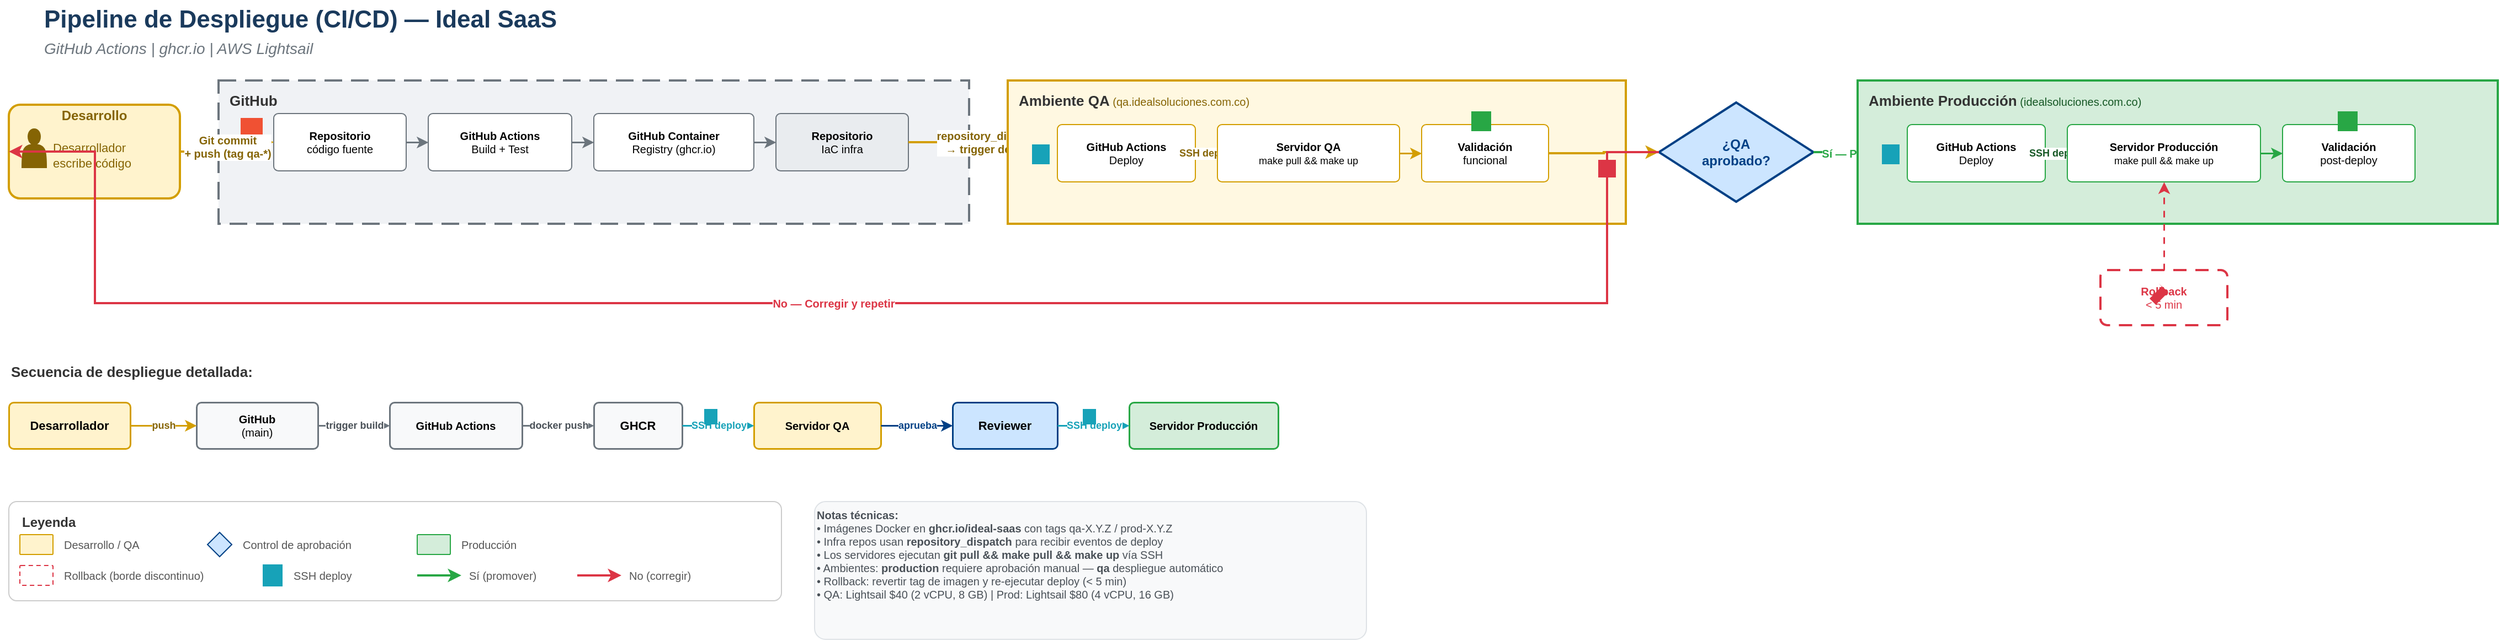
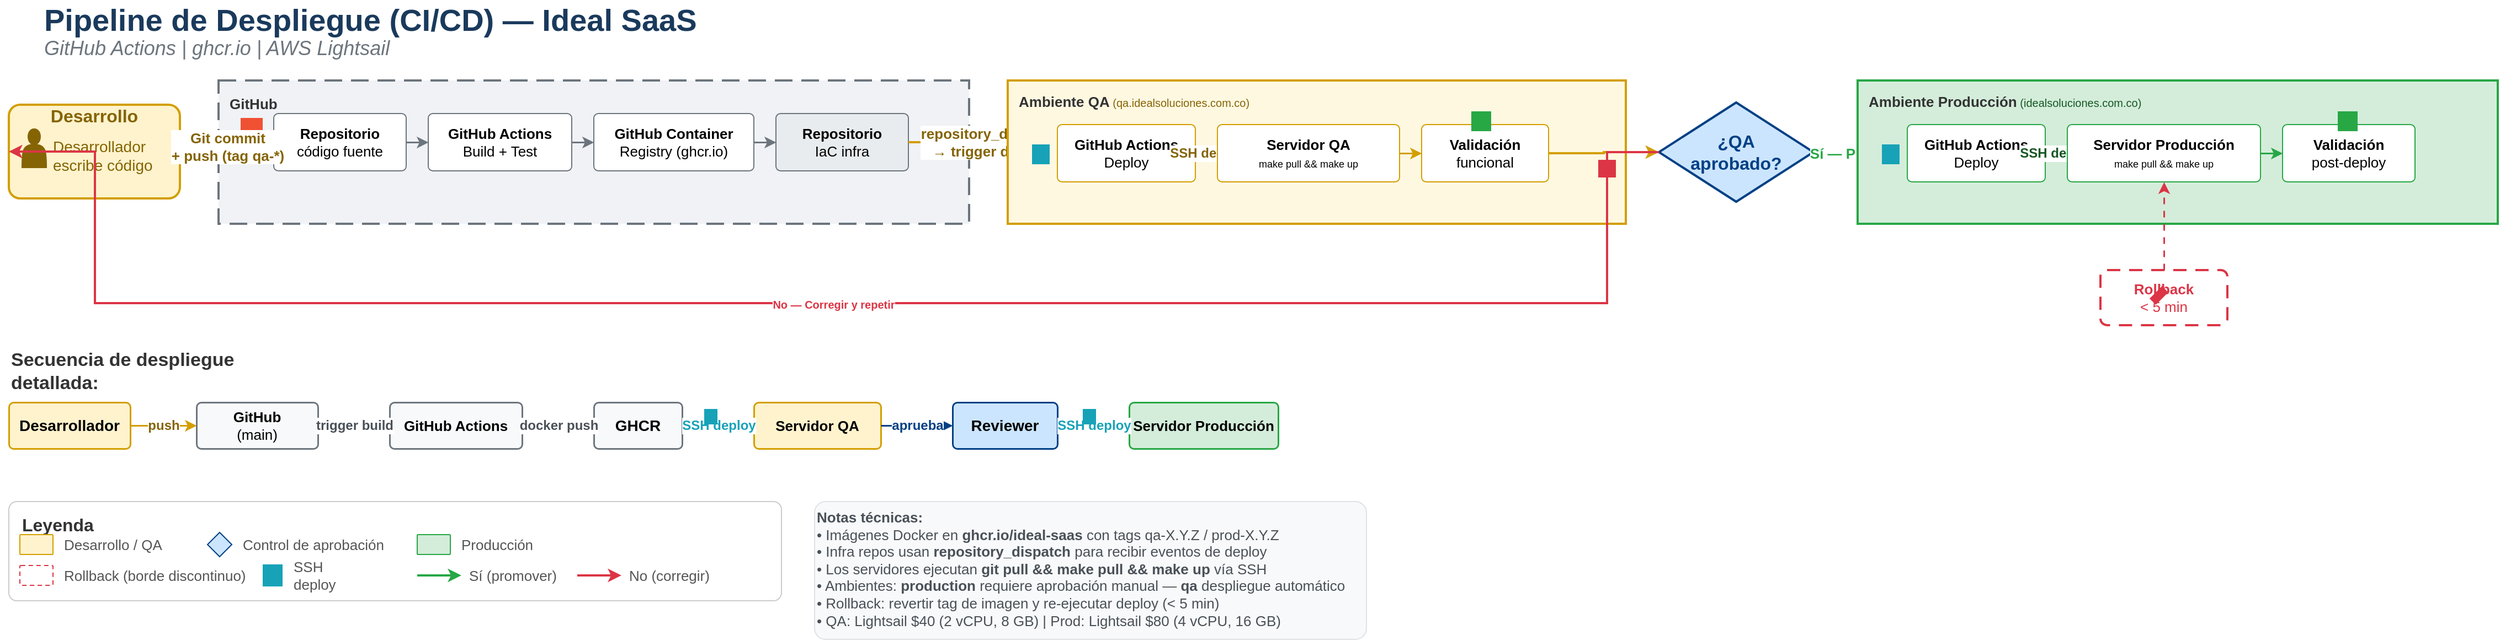
<mxfile host="app.diagrams.net" modified="2026-06-20T00:00:00.000Z" agent="drawio" version="30.2.4">
  <diagram name="Pipeline CI/CD - Ideal SaaS" id="cicd-pipeline">
-     <mxGraphModel dx="2400" dy="1400" grid="1" gridSize="10" guides="1" tooltips="1" connect="1" arrows="1" fold="1" page="1" pageScale="1" pageWidth="2400" pageHeight="1400" math="0" shadow="0">
+     <mxGraphModel dx="2400" dy="1400" grid="1" gridSize="10" guides="1" tooltips="1" connect="1" arrows="1" fold="1" page="1" pageScale="1" pageWidth="3120" pageHeight="1820" math="0" shadow="0">
      <root>
        <mxCell id="0" />
        <mxCell id="1" parent="0" />

        <!-- ============================================================ -->
        <!-- TITLES                                                       -->
        <!-- ============================================================ -->
-         <mxCell id="title" value="Pipeline de Despliegue (CI/CD) — Ideal SaaS" style="text;html=1;strokeColor=none;fillColor=none;align=left;verticalAlign=middle;whiteSpace=wrap;rounded=0;fontSize=22;fontStyle=1;fontColor=#1a3a5c;" vertex="1" parent="1">
+         <mxCell id="title" value="Pipeline de Despliegue (CI/CD) — Ideal SaaS" style="text;html=1;strokeColor=none;fillColor=none;align=left;verticalAlign=middle;whiteSpace=wrap;rounded=0;fontSize=28;fontStyle=1;fontColor=#1a3a5c;" vertex="1" parent="1">
          <mxGeometry x="60" y="15" width="700" height="35" as="geometry" />
        </mxCell>
-         <mxCell id="subtitle" value="GitHub Actions  |  ghcr.io  |  AWS Lightsail" style="text;html=1;strokeColor=none;fillColor=none;align=left;verticalAlign=middle;whiteSpace=wrap;rounded=0;fontSize=14;fontStyle=2;fontColor=#6c757d;" vertex="1" parent="1">
+         <mxCell id="subtitle" value="GitHub Actions  |  ghcr.io  |  AWS Lightsail" style="text;html=1;strokeColor=none;fillColor=none;align=left;verticalAlign=middle;whiteSpace=wrap;rounded=0;fontSize=18;fontStyle=2;fontColor=#6c757d;" vertex="1" parent="1">
          <mxGeometry x="60" y="48" width="500" height="22" as="geometry" />
        </mxCell>

        <!-- ============================================================ -->
        <!-- STAGE 1: DESARROLLO                                          -->
        <!-- ============================================================ -->
        <mxCell id="dev" value="" style="rounded=1;whiteSpace=wrap;html=1;fillColor=#fff3cd;strokeColor=#d39e00;strokeWidth=2;arcSize=12;" vertex="1" parent="1">
          <mxGeometry x="30" y="110" width="155" height="85" as="geometry" />
        </mxCell>
-         <mxCell id="dev_label" value="&lt;b&gt;Desarrollo&lt;/b&gt;" style="text;html=1;strokeColor=none;fillColor=none;align=center;verticalAlign=middle;whiteSpace=wrap;rounded=0;fontSize=12;fontColor=#856404;" vertex="1" parent="1">
+         <mxCell id="dev_label" value="&lt;b&gt;Desarrollo&lt;/b&gt;" style="text;html=1;strokeColor=none;fillColor=none;align=center;verticalAlign=middle;whiteSpace=wrap;rounded=0;fontSize=16;fontColor=#856404;" vertex="1" parent="1">
          <mxGeometry x="30" y="110" width="155" height="20" as="geometry" />
        </mxCell>
        <!-- Person icon inside dev -->
        <mxCell id="dev_icon" value="" style="shape=actor;whiteSpace=wrap;html=1;fillColor=#856404;strokeColor=#856404;" vertex="1" parent="1">
          <mxGeometry x="42" y="132" width="22" height="35" as="geometry" />
        </mxCell>
-         <mxCell id="dev_text" value="Desarrollador&lt;br&gt;escribe código" style="text;html=1;strokeColor=none;fillColor=none;align=left;verticalAlign=middle;whiteSpace=wrap;rounded=0;fontSize=11;fontColor=#856404;" vertex="1" parent="1">
+         <mxCell id="dev_text" value="Desarrollador&lt;br&gt;escribe código" style="text;html=1;strokeColor=none;fillColor=none;align=left;verticalAlign=middle;whiteSpace=wrap;rounded=0;fontSize=14;fontColor=#856404;" vertex="1" parent="1">
          <mxGeometry x="68" y="132" width="110" height="48" as="geometry" />
        </mxCell>

        <!-- ============================================================ -->
        <!-- STAGE 2: GITHUB CONTAINER                                    -->
        <!-- ============================================================ -->
        <mxCell id="github" value="" style="rounded=0;whiteSpace=wrap;html=1;fillColor=#f0f2f5;strokeColor=#6c757d;strokeWidth=2;dashed=1;dashPattern=8 4;dashPattern=8 4;verticalAlign=top;align=left;" vertex="1" parent="1">
          <mxGeometry x="220" y="88" width="680" height="130" as="geometry" />
        </mxCell>
-         <mxCell id="gh_label" value="&lt;b style=&quot;font-size:13px;&quot;&gt;GitHub&lt;/b&gt;" style="text;html=1;strokeColor=none;fillColor=none;align=left;verticalAlign=top;whiteSpace=wrap;rounded=0;fontSize=13;fontColor=#333333;" vertex="1" parent="1">
+         <mxCell id="gh_label" value="&lt;b style=&quot;font-size:13px;&quot;&gt;GitHub&lt;/b&gt;" style="text;html=1;strokeColor=none;fillColor=none;align=left;verticalAlign=top;whiteSpace=wrap;rounded=0;fontSize=17;fontColor=#333333;" vertex="1" parent="1">
          <mxGeometry x="228" y="92" width="80" height="22" as="geometry" />
        </mxCell>

        <!-- GitHub Git icon (branch icon) -->
        <mxCell id="git_icon" value="" style="shape=mxgraph.azure.git_repos;whiteSpace=wrap;html=1;fillColor=#f05133;strokeColor=none;flipH=0;flipV=0;" vertex="1" parent="1">
          <mxGeometry x="240" y="122" width="20" height="20" as="geometry" />
        </mxCell>
        <!-- repo: Repositorio código fuente -->
-         <mxCell id="repo" value="&lt;b&gt;Repositorio&lt;/b&gt;&lt;br&gt;código fuente" style="rounded=1;whiteSpace=wrap;html=1;fillColor=#ffffff;strokeColor=#6c757d;strokeWidth=1;fontSize=10;arcSize=8;" vertex="1" parent="1">
+         <mxCell id="repo" value="&lt;b&gt;Repositorio&lt;/b&gt;&lt;br&gt;código fuente" style="rounded=1;whiteSpace=wrap;html=1;fillColor=#ffffff;strokeColor=#6c757d;strokeWidth=1;fontSize=13;arcSize=8;" vertex="1" parent="1">
          <mxGeometry x="270" y="118" width="120" height="52" as="geometry" />
        </mxCell>

        <!-- Arrow repo -> gha -->
        <mxCell id="e_repo_gha" style="edgeStyle=orthogonalEdgeStyle;rounded=0;orthogonalLoop=1;jettySize=auto;html=1;strokeColor=#6c757d;strokeWidth=1.5;entryX=0;entryY=0.5;entryDx=0;entryDy=0;exitX=1;exitY=0.5;exitDx=0;exitDy=0;" edge="1" parent="1" source="repo" target="gha">
          <mxGeometry relative="1" as="geometry" />
        </mxCell>

        <!-- gha: GitHub Actions Build + Test -->
-         <mxCell id="gha" value="&lt;b&gt;GitHub Actions&lt;/b&gt;&lt;br&gt;Build + Test" style="rounded=1;whiteSpace=wrap;html=1;fillColor=#ffffff;strokeColor=#6c757d;strokeWidth=1;fontSize=10;arcSize=8;" vertex="1" parent="1">
+         <mxCell id="gha" value="&lt;b&gt;GitHub Actions&lt;/b&gt;&lt;br&gt;Build + Test" style="rounded=1;whiteSpace=wrap;html=1;fillColor=#ffffff;strokeColor=#6c757d;strokeWidth=1;fontSize=13;arcSize=8;" vertex="1" parent="1">
          <mxGeometry x="410" y="118" width="130" height="52" as="geometry" />
        </mxCell>

        <!-- Arrow gha -> ghcr -->
        <mxCell id="e_gha_ghcr" style="edgeStyle=orthogonalEdgeStyle;rounded=0;orthogonalLoop=1;jettySize=auto;html=1;strokeColor=#6c757d;strokeWidth=1.5;entryX=0;entryY=0.5;entryDx=0;entryDy=0;exitX=1;exitY=0.5;exitDx=0;exitDy=0;" edge="1" parent="1" source="gha" target="ghcr">
          <mxGeometry relative="1" as="geometry" />
        </mxCell>

        <!-- ghcr: GitHub Container Registry -->
-         <mxCell id="ghcr" value="&lt;b&gt;GitHub Container&lt;/b&gt;&lt;br&gt;Registry (ghcr.io)" style="rounded=1;whiteSpace=wrap;html=1;fillColor=#ffffff;strokeColor=#6c757d;strokeWidth=1;fontSize=10;arcSize=8;" vertex="1" parent="1">
+         <mxCell id="ghcr" value="&lt;b&gt;GitHub Container&lt;/b&gt;&lt;br&gt;Registry (ghcr.io)" style="rounded=1;whiteSpace=wrap;html=1;fillColor=#ffffff;strokeColor=#6c757d;strokeWidth=1;fontSize=13;arcSize=8;" vertex="1" parent="1">
          <mxGeometry x="560" y="118" width="145" height="52" as="geometry" />
        </mxCell>

        <!-- Arrow ghcr -> iac -->
        <mxCell id="e_ghcr_iac" style="edgeStyle=orthogonalEdgeStyle;rounded=0;orthogonalLoop=1;jettySize=auto;html=1;strokeColor=#6c757d;strokeWidth=1.5;entryX=0;entryY=0.5;entryDx=0;entryDy=0;exitX=1;exitY=0.5;exitDx=0;exitDy=0;" edge="1" parent="1" source="ghcr" target="iac">
          <mxGeometry relative="1" as="geometry" />
        </mxCell>

        <!-- iac: Repositorio IaC infra -->
-         <mxCell id="iac" value="&lt;b&gt;Repositorio&lt;/b&gt;&lt;br&gt;IaC infra" style="rounded=1;whiteSpace=wrap;html=1;fillColor=#e9ecef;strokeColor=#6c757d;strokeWidth=1;fontSize=10;arcSize=8;" vertex="1" parent="1">
+         <mxCell id="iac" value="&lt;b&gt;Repositorio&lt;/b&gt;&lt;br&gt;IaC infra" style="rounded=1;whiteSpace=wrap;html=1;fillColor=#e9ecef;strokeColor=#6c757d;strokeWidth=1;fontSize=13;arcSize=8;" vertex="1" parent="1">
          <mxGeometry x="725" y="118" width="120" height="52" as="geometry" />
        </mxCell>

        <!-- ============================================================ -->
        <!-- ARROW: dev -> github container (first element repo)            -->
        <!-- ============================================================ -->
-         <mxCell id="e_dev_gh" value="&lt;b&gt;Git commit&lt;br&gt;+ push (tag qa-*)&lt;/b&gt;" style="edgeStyle=orthogonalEdgeStyle;rounded=0;orthogonalLoop=1;jettySize=auto;html=1;strokeColor=#d39e00;strokeWidth=2;entryX=0;entryY=0.5;entryDx=0;entryDy=0;exitX=1;exitY=0.5;exitDx=0;exitDy=0;fontSize=10;fontColor=#856404;" edge="1" parent="1" source="dev" target="repo">
+         <mxCell id="e_dev_gh" value="&lt;b&gt;Git commit&lt;br&gt;+ push (tag qa-*)&lt;/b&gt;" style="edgeStyle=orthogonalEdgeStyle;rounded=0;orthogonalLoop=1;jettySize=auto;html=1;strokeColor=#d39e00;strokeWidth=2;entryX=0;entryY=0.5;entryDx=0;entryDy=0;exitX=1;exitY=0.5;exitDx=0;exitDy=0;fontSize=13;fontColor=#856404;" edge="1" parent="1" source="dev" target="repo">
          <mxGeometry relative="1" as="geometry" />
        </mxCell>

        <!-- ============================================================ -->
        <!-- ARROW: github container -> QA (connect iac to qa_deploy)     -->
        <!-- ============================================================ -->
-         <mxCell id="e_gh_qa" value="&lt;b&gt;repository_dispatch&lt;br&gt;→ trigger deploy&lt;/b&gt;" style="edgeStyle=orthogonalEdgeStyle;rounded=0;orthogonalLoop=1;jettySize=auto;html=1;strokeColor=#d39e00;strokeWidth=2;entryX=0;entryY=0.5;entryDx=0;entryDy=0;exitX=1;exitY=0.5;exitDx=0;exitDy=0;fontSize=10;fontColor=#856404;" edge="1" parent="1" source="iac" target="qa_deploy">
+         <mxCell id="e_gh_qa" value="&lt;b&gt;repository_dispatch&lt;br&gt;→ trigger deploy&lt;/b&gt;" style="edgeStyle=orthogonalEdgeStyle;rounded=0;orthogonalLoop=1;jettySize=auto;html=1;strokeColor=#d39e00;strokeWidth=2;entryX=0;entryY=0.5;entryDx=0;entryDy=0;exitX=1;exitY=0.5;exitDx=0;exitDy=0;fontSize=13;fontColor=#856404;" edge="1" parent="1" source="iac" target="qa_deploy">
          <mxGeometry relative="1" as="geometry">
            <Array as="points">
              <mxPoint x="905" y="144" />
              <mxPoint x="905" y="144" />
            </Array>
          </mxGeometry>
        </mxCell>

        <!-- ============================================================ -->
        <!-- STAGE 3: QA                                                   -->
        <!-- ============================================================ -->
        <mxCell id="qa" value="" style="rounded=0;whiteSpace=wrap;html=1;fillColor=#fff8e1;strokeColor=#d39e00;strokeWidth=2;verticalAlign=top;align=left;" vertex="1" parent="1">
          <mxGeometry x="935" y="88" width="560" height="130" as="geometry" />
        </mxCell>
-         <mxCell id="qa_label" value="&lt;b style=&quot;font-size:13px;&quot;&gt;Ambiente QA&lt;/b&gt;&lt;span style=&quot;font-size:10px;color:#856404;&quot;&gt;  (qa.idealsoluciones.com.co)&lt;/span&gt;" style="text;html=1;strokeColor=none;fillColor=none;align=left;verticalAlign=top;whiteSpace=wrap;rounded=0;fontSize=11;fontColor=#333333;" vertex="1" parent="1">
+         <mxCell id="qa_label" value="&lt;b style=&quot;font-size:13px;&quot;&gt;Ambiente QA&lt;/b&gt;&lt;span style=&quot;font-size:10px;color:#856404;&quot;&gt;  (qa.idealsoluciones.com.co)&lt;/span&gt;" style="text;html=1;strokeColor=none;fillColor=none;align=left;verticalAlign=top;whiteSpace=wrap;rounded=0;fontSize=14;fontColor=#333333;" vertex="1" parent="1">
          <mxGeometry x="943" y="92" width="270" height="22" as="geometry" />
        </mxCell>

        <!-- SSH key icon near QA deploy -->
-         <mxCell id="ssh_qa" value="" style="shape=mxgraph.aws4.security_identity_compliance.key;whiteSpace=wrap;html=1;fillColor=#17a2b8;strokeColor=none;fontSize=8;gradientColor=none;" vertex="1" parent="1">
+         <mxCell id="ssh_qa" value="" style="shape=mxgraph.aws4.security_identity_compliance.key;whiteSpace=wrap;html=1;fillColor=#17a2b8;strokeColor=none;fontSize=11;gradientColor=none;" vertex="1" parent="1">
          <mxGeometry x="957" y="146" width="16" height="18" as="geometry" />
        </mxCell>

        <!-- qa_deploy: GitHub Actions Deploy -->
-         <mxCell id="qa_deploy" value="&lt;b&gt;GitHub Actions&lt;/b&gt;&lt;br&gt;Deploy" style="rounded=1;whiteSpace=wrap;html=1;fillColor=#ffffff;strokeColor=#d39e00;strokeWidth=1;fontSize=10;arcSize=8;" vertex="1" parent="1">
+         <mxCell id="qa_deploy" value="&lt;b&gt;GitHub Actions&lt;/b&gt;&lt;br&gt;Deploy" style="rounded=1;whiteSpace=wrap;html=1;fillColor=#ffffff;strokeColor=#d39e00;strokeWidth=1;fontSize=13;arcSize=8;" vertex="1" parent="1">
          <mxGeometry x="980" y="128" width="125" height="52" as="geometry" />
        </mxCell>

        <!-- Arrow qa_deploy -> qa_server -->
-         <mxCell id="e_qad_qas" value="&lt;b&gt;SSH deploy&lt;/b&gt;" style="edgeStyle=orthogonalEdgeStyle;rounded=0;orthogonalLoop=1;jettySize=auto;html=1;strokeColor=#d39e00;strokeWidth=1.5;entryX=0;entryY=0.5;entryDx=0;entryDy=0;exitX=1;exitY=0.5;exitDx=0;exitDy=0;fontSize=9;fontColor=#856404;" edge="1" parent="1" source="qa_deploy" target="qa_server">
+         <mxCell id="e_qad_qas" value="&lt;b&gt;SSH deploy&lt;/b&gt;" style="edgeStyle=orthogonalEdgeStyle;rounded=0;orthogonalLoop=1;jettySize=auto;html=1;strokeColor=#d39e00;strokeWidth=1.5;entryX=0;entryY=0.5;entryDx=0;entryDy=0;exitX=1;exitY=0.5;exitDx=0;exitDy=0;fontSize=12;fontColor=#856404;" edge="1" parent="1" source="qa_deploy" target="qa_server">
          <mxGeometry relative="1" as="geometry" />
        </mxCell>

        <!-- qa_server: Servidor QA -->
-         <mxCell id="qa_server" value="&lt;b&gt;Servidor QA&lt;/b&gt;&lt;br&gt;&lt;font style=&quot;font-size:9px;&quot;&gt;make pull &amp;&amp; make up&lt;/font&gt;" style="rounded=1;whiteSpace=wrap;html=1;fillColor=#ffffff;strokeColor=#d39e00;strokeWidth=1;fontSize=10;arcSize=8;" vertex="1" parent="1">
+         <mxCell id="qa_server" value="&lt;b&gt;Servidor QA&lt;/b&gt;&lt;br&gt;&lt;font style=&quot;font-size:9px;&quot;&gt;make pull &amp;&amp; make up&lt;/font&gt;" style="rounded=1;whiteSpace=wrap;html=1;fillColor=#ffffff;strokeColor=#d39e00;strokeWidth=1;fontSize=13;arcSize=8;" vertex="1" parent="1">
          <mxGeometry x="1125" y="128" width="165" height="52" as="geometry" />
        </mxCell>

        <!-- Arrow qa_server -> qa_val -->
        <mxCell id="e_qas_qav" value="" style="edgeStyle=orthogonalEdgeStyle;rounded=0;orthogonalLoop=1;jettySize=auto;html=1;strokeColor=#d39e00;strokeWidth=1.5;entryX=0;entryY=0.5;entryDx=0;entryDy=0;exitX=1;exitY=0.5;exitDx=0;exitDy=0;" edge="1" parent="1" source="qa_server" target="qa_val">
          <mxGeometry relative="1" as="geometry" />
        </mxCell>

        <!-- qa_val: Validación funcional -->
-         <mxCell id="qa_val" value="&lt;b&gt;Validación&lt;/b&gt;&lt;br&gt;funcional" style="rounded=1;whiteSpace=wrap;html=1;fillColor=#ffffff;strokeColor=#d39e00;strokeWidth=1;fontSize=10;arcSize=8;" vertex="1" parent="1">
+         <mxCell id="qa_val" value="&lt;b&gt;Validación&lt;/b&gt;&lt;br&gt;funcional" style="rounded=1;whiteSpace=wrap;html=1;fillColor=#ffffff;strokeColor=#d39e00;strokeWidth=1;fontSize=13;arcSize=8;" vertex="1" parent="1">
          <mxGeometry x="1310" y="128" width="115" height="52" as="geometry" />
        </mxCell>

        <!-- Checkmark icon on qa_val -->
-         <mxCell id="qa_check" value="" style="shape=mxgraph.flowchart.check;whiteSpace=wrap;html=1;fillColor=#28a745;strokeColor=none;fontSize=8;" vertex="1" parent="1">
+         <mxCell id="qa_check" value="" style="shape=mxgraph.flowchart.check;whiteSpace=wrap;html=1;fillColor=#28a745;strokeColor=none;fontSize=11;" vertex="1" parent="1">
          <mxGeometry x="1355" y="116" width="18" height="18" as="geometry" />
        </mxCell>

        <!-- ============================================================ -->
        <!-- ARROW: qa -> approval diamond                                 -->
        <!-- ============================================================ -->
        <mxCell id="e_qa_app" value="" style="edgeStyle=orthogonalEdgeStyle;rounded=0;orthogonalLoop=1;jettySize=auto;html=1;strokeColor=#d39e00;strokeWidth=2;entryX=0;entryY=0.5;entryDx=0;entryDy=0;exitX=1;exitY=0.5;exitDx=0;exitDy=0;" edge="1" parent="1" source="qa_val" target="approval">
          <mxGeometry relative="1" as="geometry" />
        </mxCell>

        <!-- ============================================================ -->
        <!-- STAGE 4: APPROVAL DIAMOND                                     -->
        <!-- ============================================================ -->
-         <mxCell id="approval" value="&lt;b&gt;¿QA&lt;br&gt;aprobado?&lt;/b&gt;" style="rhombus;whiteSpace=wrap;html=1;fillColor=#cce5ff;strokeColor=#004085;strokeWidth=2;fontSize=12;fontColor=#004085;align=center;" vertex="1" parent="1">
+         <mxCell id="approval" value="&lt;b&gt;¿QA&lt;br&gt;aprobado?&lt;/b&gt;" style="rhombus;whiteSpace=wrap;html=1;fillColor=#cce5ff;strokeColor=#004085;strokeWidth=2;fontSize=16;fontColor=#004085;align=center;" vertex="1" parent="1">
          <mxGeometry x="1525" y="108" width="140" height="90" as="geometry" />
        </mxCell>

        <!-- ============================================================ -->
        <!-- YES ARROW: approval -> prod                                   -->
        <!-- ============================================================ -->
-         <mxCell id="e_app_prod" value="&lt;b&gt;Sí — Promover&lt;/b&gt;" style="edgeStyle=orthogonalEdgeStyle;rounded=0;orthogonalLoop=1;jettySize=auto;html=1;strokeColor=#28a745;strokeWidth=2;entryX=0;entryY=0.5;entryDx=0;entryDy=0;exitX=1;exitY=0.5;exitDx=0;exitDy=0;fontSize=10;fontColor=#28a745;" edge="1" parent="1" source="approval" target="prod_deploy">
+         <mxCell id="e_app_prod" value="&lt;b&gt;Sí — Promover&lt;/b&gt;" style="edgeStyle=orthogonalEdgeStyle;rounded=0;orthogonalLoop=1;jettySize=auto;html=1;strokeColor=#28a745;strokeWidth=2;entryX=0;entryY=0.5;entryDx=0;entryDy=0;exitX=1;exitY=0.5;exitDx=0;exitDy=0;fontSize=13;fontColor=#28a745;" edge="1" parent="1" source="approval" target="prod_deploy">
          <mxGeometry relative="1" as="geometry" />
        </mxCell>

        <!-- ============================================================ -->
        <!-- NO ARROW: approval -> back to dev (loop)                      -->
        <!-- ============================================================ -->
-         <mxCell id="e_app_dev" value="&lt;b style=&quot;font-size:10px;&quot;&gt;No — Corregir y repetir&lt;/b&gt;" style="edgeStyle=orthogonalEdgeStyle;rounded=0;orthogonalLoop=1;jettySize=auto;html=1;strokeColor=#dc3545;strokeWidth=2;entryX=0;entryY=0.5;entryDx=0;entryDy=0;exitX=0;exitY=0.5;exitDx=0;exitDy=0;fontSize=10;fontColor=#dc3545;" edge="1" parent="1" source="approval" target="dev">
+         <mxCell id="e_app_dev" value="&lt;b style=&quot;font-size:10px;&quot;&gt;No — Corregir y repetir&lt;/b&gt;" style="edgeStyle=orthogonalEdgeStyle;rounded=0;orthogonalLoop=1;jettySize=auto;html=1;strokeColor=#dc3545;strokeWidth=2;entryX=0;entryY=0.5;entryDx=0;entryDy=0;exitX=0;exitY=0.5;exitDx=0;exitDy=0;fontSize=13;fontColor=#dc3545;" edge="1" parent="1" source="approval" target="dev">
          <mxGeometry relative="1" as="geometry">
            <Array as="points">
              <mxPoint x="1478" y="153" />
              <mxPoint x="1478" y="290" />
              <mxPoint x="108" y="290" />
            </Array>
          </mxGeometry>
        </mxCell>
        <!-- Red X on NO path -->
-         <mxCell id="no_x" value="" style="shape=mxgraph.flowchart.x;whiteSpace=wrap;html=1;fillColor=#dc3545;strokeColor=none;fontSize=8;" vertex="1" parent="1">
+         <mxCell id="no_x" value="" style="shape=mxgraph.flowchart.x;whiteSpace=wrap;html=1;fillColor=#dc3545;strokeColor=none;fontSize=11;" vertex="1" parent="1">
          <mxGeometry x="1470" y="160" width="16" height="16" as="geometry" />
        </mxCell>

        <!-- ============================================================ -->
        <!-- STAGE 5: PRODUCCION                                           -->
        <!-- ============================================================ -->
        <mxCell id="prod" value="" style="rounded=0;whiteSpace=wrap;html=1;fillColor=#d4edda;strokeColor=#28a745;strokeWidth=2;verticalAlign=top;align=left;" vertex="1" parent="1">
          <mxGeometry x="1705" y="88" width="580" height="130" as="geometry" />
        </mxCell>
-         <mxCell id="prod_label" value="&lt;b style=&quot;font-size:13px;&quot;&gt;Ambiente Producción&lt;/b&gt;&lt;span style=&quot;font-size:10px;color:#155724;&quot;&gt;  (idealsoluciones.com.co)&lt;/span&gt;" style="text;html=1;strokeColor=none;fillColor=none;align=left;verticalAlign=top;whiteSpace=wrap;rounded=0;fontSize=11;fontColor=#333333;" vertex="1" parent="1">
+         <mxCell id="prod_label" value="&lt;b style=&quot;font-size:13px;&quot;&gt;Ambiente Producción&lt;/b&gt;&lt;span style=&quot;font-size:10px;color:#155724;&quot;&gt;  (idealsoluciones.com.co)&lt;/span&gt;" style="text;html=1;strokeColor=none;fillColor=none;align=left;verticalAlign=top;whiteSpace=wrap;rounded=0;fontSize=14;fontColor=#333333;" vertex="1" parent="1">
          <mxGeometry x="1713" y="92" width="300" height="22" as="geometry" />
        </mxCell>

        <!-- SSH key icon near Prod deploy -->
-         <mxCell id="ssh_prod" value="" style="shape=mxgraph.aws4.security_identity_compliance.key;whiteSpace=wrap;html=1;fillColor=#17a2b8;strokeColor=none;fontSize=8;gradientColor=none;" vertex="1" parent="1">
+         <mxCell id="ssh_prod" value="" style="shape=mxgraph.aws4.security_identity_compliance.key;whiteSpace=wrap;html=1;fillColor=#17a2b8;strokeColor=none;fontSize=11;gradientColor=none;" vertex="1" parent="1">
          <mxGeometry x="1727" y="146" width="16" height="18" as="geometry" />
        </mxCell>

        <!-- prod_deploy: GitHub Actions Deploy -->
-         <mxCell id="prod_deploy" value="&lt;b&gt;GitHub Actions&lt;/b&gt;&lt;br&gt;Deploy" style="rounded=1;whiteSpace=wrap;html=1;fillColor=#ffffff;strokeColor=#28a745;strokeWidth=1;fontSize=10;arcSize=8;" vertex="1" parent="1">
+         <mxCell id="prod_deploy" value="&lt;b&gt;GitHub Actions&lt;/b&gt;&lt;br&gt;Deploy" style="rounded=1;whiteSpace=wrap;html=1;fillColor=#ffffff;strokeColor=#28a745;strokeWidth=1;fontSize=13;arcSize=8;" vertex="1" parent="1">
          <mxGeometry x="1750" y="128" width="125" height="52" as="geometry" />
        </mxCell>

        <!-- Arrow prod_deploy -> prod_server -->
-         <mxCell id="e_prd_prs" value="&lt;b&gt;SSH deploy&lt;/b&gt;" style="edgeStyle=orthogonalEdgeStyle;rounded=0;orthogonalLoop=1;jettySize=auto;html=1;strokeColor=#28a745;strokeWidth=1.5;entryX=0;entryY=0.5;entryDx=0;entryDy=0;exitX=1;exitY=0.5;exitDx=0;exitDy=0;fontSize=9;fontColor=#155724;" edge="1" parent="1" source="prod_deploy" target="prod_server">
+         <mxCell id="e_prd_prs" value="&lt;b&gt;SSH deploy&lt;/b&gt;" style="edgeStyle=orthogonalEdgeStyle;rounded=0;orthogonalLoop=1;jettySize=auto;html=1;strokeColor=#28a745;strokeWidth=1.5;entryX=0;entryY=0.5;entryDx=0;entryDy=0;exitX=1;exitY=0.5;exitDx=0;exitDy=0;fontSize=12;fontColor=#155724;" edge="1" parent="1" source="prod_deploy" target="prod_server">
          <mxGeometry relative="1" as="geometry" />
        </mxCell>

        <!-- prod_server: Servidor Producción -->
-         <mxCell id="prod_server" value="&lt;b&gt;Servidor Producción&lt;/b&gt;&lt;br&gt;&lt;font style=&quot;font-size:9px;&quot;&gt;make pull &amp;&amp; make up&lt;/font&gt;" style="rounded=1;whiteSpace=wrap;html=1;fillColor=#ffffff;strokeColor=#28a745;strokeWidth=1;fontSize=10;arcSize=8;" vertex="1" parent="1">
+         <mxCell id="prod_server" value="&lt;b&gt;Servidor Producción&lt;/b&gt;&lt;br&gt;&lt;font style=&quot;font-size:9px;&quot;&gt;make pull &amp;&amp; make up&lt;/font&gt;" style="rounded=1;whiteSpace=wrap;html=1;fillColor=#ffffff;strokeColor=#28a745;strokeWidth=1;fontSize=13;arcSize=8;" vertex="1" parent="1">
          <mxGeometry x="1895" y="128" width="175" height="52" as="geometry" />
        </mxCell>

        <!-- Arrow prod_server -> prod_val -->
        <mxCell id="e_prs_prv" value="" style="edgeStyle=orthogonalEdgeStyle;rounded=0;orthogonalLoop=1;jettySize=auto;html=1;strokeColor=#28a745;strokeWidth=1.5;entryX=0;entryY=0.5;entryDx=0;entryDy=0;exitX=1;exitY=0.5;exitDx=0;exitDy=0;" edge="1" parent="1" source="prod_server" target="prod_val">
          <mxGeometry relative="1" as="geometry" />
        </mxCell>

        <!-- prod_val: Validación post-deploy -->
-         <mxCell id="prod_val" value="&lt;b&gt;Validación&lt;/b&gt;&lt;br&gt;post-deploy" style="rounded=1;whiteSpace=wrap;html=1;fillColor=#ffffff;strokeColor=#28a745;strokeWidth=1;fontSize=10;arcSize=8;" vertex="1" parent="1">
+         <mxCell id="prod_val" value="&lt;b&gt;Validación&lt;/b&gt;&lt;br&gt;post-deploy" style="rounded=1;whiteSpace=wrap;html=1;fillColor=#ffffff;strokeColor=#28a745;strokeWidth=1;fontSize=13;arcSize=8;" vertex="1" parent="1">
          <mxGeometry x="2090" y="128" width="120" height="52" as="geometry" />
        </mxCell>

        <!-- Checkmark icon on prod_val -->
-         <mxCell id="prod_check" value="" style="shape=mxgraph.flowchart.check;whiteSpace=wrap;html=1;fillColor=#28a745;strokeColor=none;fontSize=8;" vertex="1" parent="1">
+         <mxCell id="prod_check" value="" style="shape=mxgraph.flowchart.check;whiteSpace=wrap;html=1;fillColor=#28a745;strokeColor=none;fontSize=11;" vertex="1" parent="1">
          <mxGeometry x="2140" y="116" width="18" height="18" as="geometry" />
        </mxCell>

        <!-- ============================================================ -->
        <!-- STAGE 6: ROLLBACK (below production)                          -->
        <!-- ============================================================ -->
-         <mxCell id="rollback" value="&lt;b&gt;Rollback&lt;/b&gt;&lt;br&gt;&lt; 5 min" style="rounded=1;whiteSpace=wrap;html=1;fillColor=none;strokeColor=#dc3545;strokeWidth=2;dashed=1;dashPattern=6 4;fontSize=10;fontColor=#dc3545;arcSize=12;" vertex="1" parent="1">
+         <mxCell id="rollback" value="&lt;b&gt;Rollback&lt;/b&gt;&lt;br&gt;&lt; 5 min" style="rounded=1;whiteSpace=wrap;html=1;fillColor=none;strokeColor=#dc3545;strokeWidth=2;dashed=1;dashPattern=6 4;fontSize=13;fontColor=#dc3545;arcSize=12;" vertex="1" parent="1">
          <mxGeometry x="1925" y="260" width="115" height="50" as="geometry" />
        </mxCell>

        <!-- Arrow rollback -> prod_server -->
        <mxCell id="e_rb_prs" value="" style="edgeStyle=orthogonalEdgeStyle;rounded=0;orthogonalLoop=1;jettySize=auto;html=1;strokeColor=#dc3545;strokeWidth=1.5;dashed=1;dashPattern=4 4;entryX=0.5;entryY=1;entryDx=0;entryDy=0;exitX=0.5;exitY=0;exitDx=0;exitDy=0;" edge="1" parent="1" source="rollback" target="prod_server">
          <mxGeometry relative="1" as="geometry" />
        </mxCell>

        <!-- Rollback icon -->
        <mxCell id="rb_icon" value="" style="shape=mxgraph.arrows2.arrow;whiteSpace=wrap;html=1;fillColor=#dc3545;strokeColor=none;rotation=-45;" vertex="1" parent="1">
          <mxGeometry x="1970" y="275" width="16" height="16" as="geometry" />
        </mxCell>


        <!-- ============================================================ -->
        <!-- SECONDARY SEQUENCE: Deploy detail (below main pipeline)       -->
        <!-- ============================================================ -->
-         <mxCell id="seq_title" value="&lt;b&gt;Secuencia de despliegue detallada:&lt;/b&gt;" style="text;html=1;strokeColor=none;fillColor=none;align=left;verticalAlign=middle;whiteSpace=wrap;rounded=0;fontSize=13;fontStyle=1;fontColor=#333333;" vertex="1" parent="1">
+         <mxCell id="seq_title" value="&lt;b&gt;Secuencia de despliegue detallada:&lt;/b&gt;" style="text;html=1;strokeColor=none;fillColor=none;align=left;verticalAlign=middle;whiteSpace=wrap;rounded=0;fontSize=17;fontStyle=1;fontColor=#333333;" vertex="1" parent="1">
          <mxGeometry x="30" y="340" width="280" height="24" as="geometry" />
        </mxCell>

        <!-- seq_dev -->
-         <mxCell id="seq_dev" value="&lt;b&gt;Desarrollador&lt;/b&gt;" style="rounded=1;whiteSpace=wrap;html=1;fillColor=#fff3cd;strokeColor=#d39e00;strokeWidth=1.5;fontSize=11;arcSize=10;" vertex="1" parent="1">
+         <mxCell id="seq_dev" value="&lt;b&gt;Desarrollador&lt;/b&gt;" style="rounded=1;whiteSpace=wrap;html=1;fillColor=#fff3cd;strokeColor=#d39e00;strokeWidth=1.5;fontSize=14;arcSize=10;" vertex="1" parent="1">
          <mxGeometry x="30" y="380" width="110" height="42" as="geometry" />
        </mxCell>
        <!-- seq_gh -->
-         <mxCell id="seq_gh" value="&lt;b&gt;GitHub&lt;/b&gt;&lt;br&gt;(main)" style="rounded=1;whiteSpace=wrap;html=1;fillColor=#f8f9fa;strokeColor=#6c757d;strokeWidth=1.5;fontSize=10;arcSize=10;" vertex="1" parent="1">
+         <mxCell id="seq_gh" value="&lt;b&gt;GitHub&lt;/b&gt;&lt;br&gt;(main)" style="rounded=1;whiteSpace=wrap;html=1;fillColor=#f8f9fa;strokeColor=#6c757d;strokeWidth=1.5;fontSize=13;arcSize=10;" vertex="1" parent="1">
          <mxGeometry x="200" y="380" width="110" height="42" as="geometry" />
        </mxCell>
        <!-- seq_gha -->
-         <mxCell id="seq_gha" value="&lt;b&gt;GitHub Actions&lt;/b&gt;" style="rounded=1;whiteSpace=wrap;html=1;fillColor=#f8f9fa;strokeColor=#6c757d;strokeWidth=1.5;fontSize=10;arcSize=10;" vertex="1" parent="1">
+         <mxCell id="seq_gha" value="&lt;b&gt;GitHub Actions&lt;/b&gt;" style="rounded=1;whiteSpace=wrap;html=1;fillColor=#f8f9fa;strokeColor=#6c757d;strokeWidth=1.5;fontSize=13;arcSize=10;" vertex="1" parent="1">
          <mxGeometry x="375" y="380" width="120" height="42" as="geometry" />
        </mxCell>
        <!-- seq_ghcr -->
-         <mxCell id="seq_ghcr" value="&lt;b&gt;GHCR&lt;/b&gt;" style="rounded=1;whiteSpace=wrap;html=1;fillColor=#f8f9fa;strokeColor=#6c757d;strokeWidth=1.5;fontSize=11;arcSize=10;" vertex="1" parent="1">
+         <mxCell id="seq_ghcr" value="&lt;b&gt;GHCR&lt;/b&gt;" style="rounded=1;whiteSpace=wrap;html=1;fillColor=#f8f9fa;strokeColor=#6c757d;strokeWidth=1.5;fontSize=14;arcSize=10;" vertex="1" parent="1">
          <mxGeometry x="560" y="380" width="80" height="42" as="geometry" />
        </mxCell>
        <!-- seq_qas -->
-         <mxCell id="seq_qas" value="&lt;b&gt;Servidor QA&lt;/b&gt;" style="rounded=1;whiteSpace=wrap;html=1;fillColor=#fff3cd;strokeColor=#d39e00;strokeWidth=1.5;fontSize=10;arcSize=10;" vertex="1" parent="1">
+         <mxCell id="seq_qas" value="&lt;b&gt;Servidor QA&lt;/b&gt;" style="rounded=1;whiteSpace=wrap;html=1;fillColor=#fff3cd;strokeColor=#d39e00;strokeWidth=1.5;fontSize=13;arcSize=10;" vertex="1" parent="1">
          <mxGeometry x="705" y="380" width="115" height="42" as="geometry" />
        </mxCell>
        <!-- seq_rev -->
-         <mxCell id="seq_rev" value="&lt;b&gt;Reviewer&lt;/b&gt;" style="rounded=1;whiteSpace=wrap;html=1;fillColor=#cce5ff;strokeColor=#004085;strokeWidth=1.5;fontSize=11;arcSize=10;" vertex="1" parent="1">
+         <mxCell id="seq_rev" value="&lt;b&gt;Reviewer&lt;/b&gt;" style="rounded=1;whiteSpace=wrap;html=1;fillColor=#cce5ff;strokeColor=#004085;strokeWidth=1.5;fontSize=14;arcSize=10;" vertex="1" parent="1">
          <mxGeometry x="885" y="380" width="95" height="42" as="geometry" />
        </mxCell>
        <!-- seq_prs -->
-         <mxCell id="seq_prs" value="&lt;b&gt;Servidor Producción&lt;/b&gt;" style="rounded=1;whiteSpace=wrap;html=1;fillColor=#d4edda;strokeColor=#28a745;strokeWidth=1.5;fontSize=10;arcSize=10;" vertex="1" parent="1">
+         <mxCell id="seq_prs" value="&lt;b&gt;Servidor Producción&lt;/b&gt;" style="rounded=1;whiteSpace=wrap;html=1;fillColor=#d4edda;strokeColor=#28a745;strokeWidth=1.5;fontSize=13;arcSize=10;" vertex="1" parent="1">
          <mxGeometry x="1045" y="380" width="135" height="42" as="geometry" />
        </mxCell>

        <!-- Secondary arrows -->
-         <mxCell id="seq_e1" value="push" style="edgeStyle=orthogonalEdgeStyle;rounded=0;orthogonalLoop=1;jettySize=auto;html=1;strokeColor=#d39e00;strokeWidth=1.5;entryX=0;entryY=0.5;entryDx=0;entryDy=0;exitX=1;exitY=0.5;exitDx=0;exitDy=0;fontSize=9;fontColor=#856404;fontStyle=1;" edge="1" parent="1" source="seq_dev" target="seq_gh">
-           <mxGeometry relative="1" as="geometry" />
-         </mxCell>
-         <mxCell id="seq_e2" value="trigger build" style="edgeStyle=orthogonalEdgeStyle;rounded=0;orthogonalLoop=1;jettySize=auto;html=1;strokeColor=#6c757d;strokeWidth=1.5;entryX=0;entryY=0.5;entryDx=0;entryDy=0;exitX=1;exitY=0.5;exitDx=0;exitDy=0;fontSize=9;fontColor=#495057;fontStyle=1;" edge="1" parent="1" source="seq_gh" target="seq_gha">
-           <mxGeometry relative="1" as="geometry" />
-         </mxCell>
-         <mxCell id="seq_e3" value="docker push" style="edgeStyle=orthogonalEdgeStyle;rounded=0;orthogonalLoop=1;jettySize=auto;html=1;strokeColor=#6c757d;strokeWidth=1.5;entryX=0;entryY=0.5;entryDx=0;entryDy=0;exitX=1;exitY=0.5;exitDx=0;exitDy=0;fontSize=9;fontColor=#495057;fontStyle=1;" edge="1" parent="1" source="seq_gha" target="seq_ghcr">
-           <mxGeometry relative="1" as="geometry" />
-         </mxCell>
-         <mxCell id="seq_e4" value="&lt;b&gt;SSH deploy&lt;/b&gt;" style="edgeStyle=orthogonalEdgeStyle;rounded=0;orthogonalLoop=1;jettySize=auto;html=1;strokeColor=#17a2b8;strokeWidth=1.5;entryX=0;entryY=0.5;entryDx=0;entryDy=0;exitX=1;exitY=0.5;exitDx=0;exitDy=0;fontSize=9;fontColor=#17a2b8;fontStyle=1;" edge="1" parent="1" source="seq_ghcr" target="seq_qas">
+         <mxCell id="seq_e1" value="push" style="edgeStyle=orthogonalEdgeStyle;rounded=0;orthogonalLoop=1;jettySize=auto;html=1;strokeColor=#d39e00;strokeWidth=1.5;entryX=0;entryY=0.5;entryDx=0;entryDy=0;exitX=1;exitY=0.5;exitDx=0;exitDy=0;fontSize=12;fontColor=#856404;fontStyle=1;" edge="1" parent="1" source="seq_dev" target="seq_gh">
+           <mxGeometry relative="1" as="geometry" />
+         </mxCell>
+         <mxCell id="seq_e2" value="trigger build" style="edgeStyle=orthogonalEdgeStyle;rounded=0;orthogonalLoop=1;jettySize=auto;html=1;strokeColor=#6c757d;strokeWidth=1.5;entryX=0;entryY=0.5;entryDx=0;entryDy=0;exitX=1;exitY=0.5;exitDx=0;exitDy=0;fontSize=12;fontColor=#495057;fontStyle=1;" edge="1" parent="1" source="seq_gh" target="seq_gha">
+           <mxGeometry relative="1" as="geometry" />
+         </mxCell>
+         <mxCell id="seq_e3" value="docker push" style="edgeStyle=orthogonalEdgeStyle;rounded=0;orthogonalLoop=1;jettySize=auto;html=1;strokeColor=#6c757d;strokeWidth=1.5;entryX=0;entryY=0.5;entryDx=0;entryDy=0;exitX=1;exitY=0.5;exitDx=0;exitDy=0;fontSize=12;fontColor=#495057;fontStyle=1;" edge="1" parent="1" source="seq_gha" target="seq_ghcr">
+           <mxGeometry relative="1" as="geometry" />
+         </mxCell>
+         <mxCell id="seq_e4" value="&lt;b&gt;SSH deploy&lt;/b&gt;" style="edgeStyle=orthogonalEdgeStyle;rounded=0;orthogonalLoop=1;jettySize=auto;html=1;strokeColor=#17a2b8;strokeWidth=1.5;entryX=0;entryY=0.5;entryDx=0;entryDy=0;exitX=1;exitY=0.5;exitDx=0;exitDy=0;fontSize=12;fontColor=#17a2b8;fontStyle=1;" edge="1" parent="1" source="seq_ghcr" target="seq_qas">
          <mxGeometry relative="1" as="geometry">
            <Array as="points">
              <mxPoint x="655" y="401" />
              <mxPoint x="655" y="401" />
            </Array>
          </mxGeometry>
        </mxCell>
-         <mxCell id="seq_e5" value="aprueba" style="edgeStyle=orthogonalEdgeStyle;rounded=0;orthogonalLoop=1;jettySize=auto;html=1;strokeColor=#004085;strokeWidth=1.5;entryX=0;entryY=0.5;entryDx=0;entryDy=0;exitX=1;exitY=0.5;exitDx=0;exitDy=0;fontSize=9;fontColor=#004085;fontStyle=1;" edge="1" parent="1" source="seq_qas" target="seq_rev">
-           <mxGeometry relative="1" as="geometry" />
-         </mxCell>
-         <mxCell id="seq_e6" value="&lt;b&gt;SSH deploy&lt;/b&gt;" style="edgeStyle=orthogonalEdgeStyle;rounded=0;orthogonalLoop=1;jettySize=auto;html=1;strokeColor=#17a2b8;strokeWidth=1.5;entryX=0;entryY=0.5;entryDx=0;entryDy=0;exitX=1;exitY=0.5;exitDx=0;exitDy=0;fontSize=9;fontColor=#17a2b8;fontStyle=1;" edge="1" parent="1" source="seq_rev" target="seq_prs">
+         <mxCell id="seq_e5" value="aprueba" style="edgeStyle=orthogonalEdgeStyle;rounded=0;orthogonalLoop=1;jettySize=auto;html=1;strokeColor=#004085;strokeWidth=1.5;entryX=0;entryY=0.5;entryDx=0;entryDy=0;exitX=1;exitY=0.5;exitDx=0;exitDy=0;fontSize=12;fontColor=#004085;fontStyle=1;" edge="1" parent="1" source="seq_qas" target="seq_rev">
+           <mxGeometry relative="1" as="geometry" />
+         </mxCell>
+         <mxCell id="seq_e6" value="&lt;b&gt;SSH deploy&lt;/b&gt;" style="edgeStyle=orthogonalEdgeStyle;rounded=0;orthogonalLoop=1;jettySize=auto;html=1;strokeColor=#17a2b8;strokeWidth=1.5;entryX=0;entryY=0.5;entryDx=0;entryDy=0;exitX=1;exitY=0.5;exitDx=0;exitDy=0;fontSize=12;fontColor=#17a2b8;fontStyle=1;" edge="1" parent="1" source="seq_rev" target="seq_prs">
          <mxGeometry relative="1" as="geometry" />
        </mxCell>

        <!-- Small SSH key icons for secondary sequence -->
        <mxCell id="seq_ssh1" value="" style="shape=mxgraph.aws4.security_identity_compliance.key;whiteSpace=wrap;html=1;fillColor=#17a2b8;strokeColor=none;fontSize=7;gradientColor=none;" vertex="1" parent="1">
          <mxGeometry x="660" y="386" width="12" height="14" as="geometry" />
        </mxCell>
        <mxCell id="seq_ssh2" value="" style="shape=mxgraph.aws4.security_identity_compliance.key;whiteSpace=wrap;html=1;fillColor=#17a2b8;strokeColor=none;fontSize=7;gradientColor=none;" vertex="1" parent="1">
          <mxGeometry x="1003" y="386" width="12" height="14" as="geometry" />
        </mxCell>


        <!-- ============================================================ -->
        <!-- LEGEND / FOOTER                                              -->
        <!-- ============================================================ -->
        <mxCell id="legend_border" value="" style="rounded=1;whiteSpace=wrap;html=1;fillColor=none;strokeColor=#cccccc;strokeWidth=1;arcSize=8;" vertex="1" parent="1">
          <mxGeometry x="30" y="470" width="700" height="90" as="geometry" />
        </mxCell>
-         <mxCell id="legend_title" value="&lt;b&gt;Leyenda&lt;/b&gt;" style="text;html=1;strokeColor=none;fillColor=none;align=left;verticalAlign=top;whiteSpace=wrap;rounded=0;fontSize=12;fontColor=#333333;" vertex="1" parent="1">
+         <mxCell id="legend_title" value="&lt;b&gt;Leyenda&lt;/b&gt;" style="text;html=1;strokeColor=none;fillColor=none;align=left;verticalAlign=top;whiteSpace=wrap;rounded=0;fontSize=16;fontColor=#333333;" vertex="1" parent="1">
          <mxGeometry x="40" y="475" width="80" height="20" as="geometry" />
        </mxCell>

        <!-- Legend item: Desarrollo -->
        <mxCell id="leg1" value="" style="rounded=1;whiteSpace=wrap;html=1;fillColor=#fff3cd;strokeColor=#d39e00;strokeWidth=1;arcSize=5;" vertex="1" parent="1">
          <mxGeometry x="40" y="500" width="30" height="18" as="geometry" />
        </mxCell>
-         <mxCell id="leg1_t" value="Desarrollo / QA" style="text;html=1;strokeColor=none;fillColor=none;align=left;verticalAlign=middle;whiteSpace=wrap;rounded=0;fontSize=10;fontColor=#555555;" vertex="1" parent="1">
+         <mxCell id="leg1_t" value="Desarrollo / QA" style="text;html=1;strokeColor=none;fillColor=none;align=left;verticalAlign=middle;whiteSpace=wrap;rounded=0;fontSize=13;fontColor=#555555;" vertex="1" parent="1">
          <mxGeometry x="78" y="500" width="120" height="18" as="geometry" />
        </mxCell>

        <!-- Legend item: Approval -->
        <mxCell id="leg2" value="" style="rhombus;whiteSpace=wrap;html=1;fillColor=#cce5ff;strokeColor=#004085;strokeWidth=1;" vertex="1" parent="1">
          <mxGeometry x="210" y="498" width="22" height="22" as="geometry" />
        </mxCell>
-         <mxCell id="leg2_t" value="Control de aprobación" style="text;html=1;strokeColor=none;fillColor=none;align=left;verticalAlign=middle;whiteSpace=wrap;rounded=0;fontSize=10;fontColor=#555555;" vertex="1" parent="1">
+         <mxCell id="leg2_t" value="Control de aprobación" style="text;html=1;strokeColor=none;fillColor=none;align=left;verticalAlign=middle;whiteSpace=wrap;rounded=0;fontSize=13;fontColor=#555555;" vertex="1" parent="1">
          <mxGeometry x="240" y="500" width="150" height="18" as="geometry" />
        </mxCell>

        <!-- Legend item: Producción -->
        <mxCell id="leg3" value="" style="rounded=1;whiteSpace=wrap;html=1;fillColor=#d4edda;strokeColor=#28a745;strokeWidth=1;arcSize=5;" vertex="1" parent="1">
          <mxGeometry x="400" y="500" width="30" height="18" as="geometry" />
        </mxCell>
-         <mxCell id="leg3_t" value="Producción" style="text;html=1;strokeColor=none;fillColor=none;align=left;verticalAlign=middle;whiteSpace=wrap;rounded=0;fontSize=10;fontColor=#555555;" vertex="1" parent="1">
+         <mxCell id="leg3_t" value="Producción" style="text;html=1;strokeColor=none;fillColor=none;align=left;verticalAlign=middle;whiteSpace=wrap;rounded=0;fontSize=13;fontColor=#555555;" vertex="1" parent="1">
          <mxGeometry x="438" y="500" width="80" height="18" as="geometry" />
        </mxCell>

        <!-- Legend item: Rollback -->
        <mxCell id="leg4" value="" style="rounded=1;whiteSpace=wrap;html=1;fillColor=none;strokeColor=#dc3545;strokeWidth=1;dashed=1;dashPattern=4 3;arcSize=5;" vertex="1" parent="1">
          <mxGeometry x="40" y="528" width="30" height="18" as="geometry" />
        </mxCell>
-         <mxCell id="leg4_t" value="Rollback (borde discontinuo)" style="text;html=1;strokeColor=none;fillColor=none;align=left;verticalAlign=middle;whiteSpace=wrap;rounded=0;fontSize=10;fontColor=#555555;" vertex="1" parent="1">
+         <mxCell id="leg4_t" value="Rollback (borde discontinuo)" style="text;html=1;strokeColor=none;fillColor=none;align=left;verticalAlign=middle;whiteSpace=wrap;rounded=0;fontSize=13;fontColor=#555555;" vertex="1" parent="1">
          <mxGeometry x="78" y="528" width="170" height="18" as="geometry" />
        </mxCell>

        <!-- Legend item: SSH deploy -->
        <mxCell id="leg5" value="" style="shape=mxgraph.aws4.security_identity_compliance.key;whiteSpace=wrap;html=1;fillColor=#17a2b8;strokeColor=none;fontSize=7;gradientColor=none;" vertex="1" parent="1">
          <mxGeometry x="260" y="527" width="18" height="20" as="geometry" />
        </mxCell>
-         <mxCell id="leg5_t" value="SSH deploy" style="text;html=1;strokeColor=none;fillColor=none;align=left;verticalAlign=middle;whiteSpace=wrap;rounded=0;fontSize=10;fontColor=#555555;" vertex="1" parent="1">
+         <mxCell id="leg5_t" value="SSH deploy" style="text;html=1;strokeColor=none;fillColor=none;align=left;verticalAlign=middle;whiteSpace=wrap;rounded=0;fontSize=13;fontColor=#555555;" vertex="1" parent="1">
          <mxGeometry x="286" y="528" width="70" height="18" as="geometry" />
        </mxCell>

        <!-- Legend item: Green arrow -->
        <mxCell id="leg6" value="" style="endArrow=classic;html=1;strokeColor=#28a745;strokeWidth=2;" edge="1" parent="1">
          <mxGeometry width="50" height="50" relative="1" as="geometry">
            <mxPoint x="400" y="537" as="sourcePoint" />
            <mxPoint x="440" y="537" as="targetPoint" />
          </mxGeometry>
        </mxCell>
-         <mxCell id="leg6_t" value="Sí (promover)" style="text;html=1;strokeColor=none;fillColor=none;align=left;verticalAlign=middle;whiteSpace=wrap;rounded=0;fontSize=10;fontColor=#555555;" vertex="1" parent="1">
+         <mxCell id="leg6_t" value="Sí (promover)" style="text;html=1;strokeColor=none;fillColor=none;align=left;verticalAlign=middle;whiteSpace=wrap;rounded=0;fontSize=13;fontColor=#555555;" vertex="1" parent="1">
          <mxGeometry x="445" y="528" width="90" height="18" as="geometry" />
        </mxCell>

        <!-- Legend item: Red arrow -->
        <mxCell id="leg7" value="" style="endArrow=classic;html=1;strokeColor=#dc3545;strokeWidth=2;" edge="1" parent="1">
          <mxGeometry width="50" height="50" relative="1" as="geometry">
            <mxPoint x="545" y="537" as="sourcePoint" />
            <mxPoint x="585" y="537" as="targetPoint" />
          </mxGeometry>
        </mxCell>
-         <mxCell id="leg7_t" value="No (corregir)" style="text;html=1;strokeColor=none;fillColor=none;align=left;verticalAlign=middle;whiteSpace=wrap;rounded=0;fontSize=10;fontColor=#555555;" vertex="1" parent="1">
+         <mxCell id="leg7_t" value="No (corregir)" style="text;html=1;strokeColor=none;fillColor=none;align=left;verticalAlign=middle;whiteSpace=wrap;rounded=0;fontSize=13;fontColor=#555555;" vertex="1" parent="1">
          <mxGeometry x="590" y="528" width="90" height="18" as="geometry" />
        </mxCell>

        <!-- ============================================================ -->
        <!-- TECH NOTES                                                   -->
        <!-- ============================================================ -->
-         <mxCell id="notes" value="&lt;b&gt;Notas técnicas:&lt;/b&gt;&lt;br&gt;• Imágenes Docker en &lt;b&gt;ghcr.io/ideal-saas&lt;/b&gt; con tags qa-X.Y.Z / prod-X.Y.Z&lt;br&gt;• Infra repos usan &lt;b&gt;repository_dispatch&lt;/b&gt; para recibir eventos de deploy&lt;br&gt;• Los servidores ejecutan &lt;b&gt;git pull &amp;&amp; make pull &amp;&amp; make up&lt;/b&gt; vía SSH&lt;br&gt;• Ambientes: &lt;b&gt;production&lt;/b&gt; requiere aprobación manual — &lt;b&gt;qa&lt;/b&gt; despliegue automático&lt;br&gt;• Rollback: revertir tag de imagen y re-ejecutar deploy (&amp;lt; 5 min)&lt;br&gt;• QA: Lightsail $40 (2 vCPU, 8 GB) | Prod: Lightsail $80 (4 vCPU, 16 GB)" style="text;html=1;strokeColor=#dee2e6;strokeWidth=1;fillColor=#f8f9fa;align=left;verticalAlign=top;whiteSpace=wrap;rounded=1;fontSize=10;fontColor=#495057;arcSize=8;" vertex="1" parent="1">
+         <mxCell id="notes" value="&lt;b&gt;Notas técnicas:&lt;/b&gt;&lt;br&gt;• Imágenes Docker en &lt;b&gt;ghcr.io/ideal-saas&lt;/b&gt; con tags qa-X.Y.Z / prod-X.Y.Z&lt;br&gt;• Infra repos usan &lt;b&gt;repository_dispatch&lt;/b&gt; para recibir eventos de deploy&lt;br&gt;• Los servidores ejecutan &lt;b&gt;git pull &amp;&amp; make pull &amp;&amp; make up&lt;/b&gt; vía SSH&lt;br&gt;• Ambientes: &lt;b&gt;production&lt;/b&gt; requiere aprobación manual — &lt;b&gt;qa&lt;/b&gt; despliegue automático&lt;br&gt;• Rollback: revertir tag de imagen y re-ejecutar deploy (&amp;lt; 5 min)&lt;br&gt;• QA: Lightsail $40 (2 vCPU, 8 GB) | Prod: Lightsail $80 (4 vCPU, 16 GB)" style="text;html=1;strokeColor=#dee2e6;strokeWidth=1;fillColor=#f8f9fa;align=left;verticalAlign=top;whiteSpace=wrap;rounded=1;fontSize=13;fontColor=#495057;arcSize=8;" vertex="1" parent="1">
          <mxGeometry x="760" y="470" width="500" height="125" as="geometry" />
        </mxCell>

      </root>
    </mxGraphModel>
  </diagram>
</mxfile>
